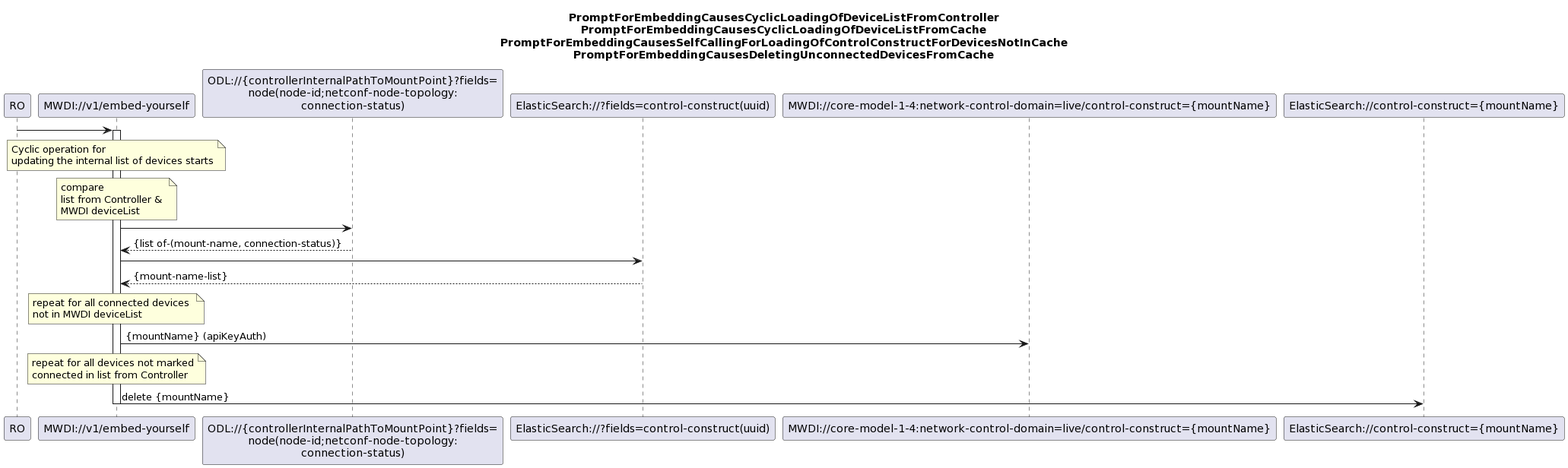
Above: spec/diagrams/00x_CyclicOperationBasedDeviceListSync.png in openBackhaul/MicroWaveDeviceInventory (PlantUML), before the change.
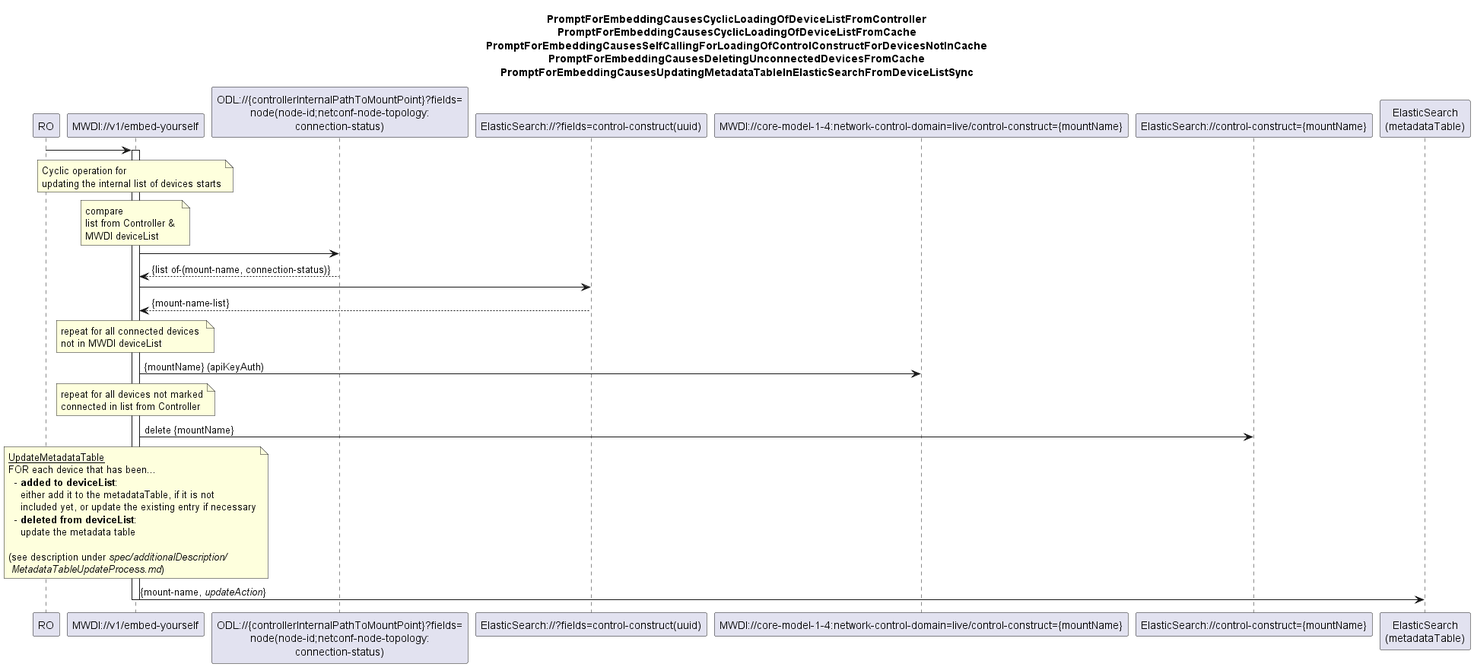
After the change.

Diff of the diagram source:
```diff
@@ -1,4 +1,4 @@
-@startuml
+@startuml 00x_CyclicOperationBasedDeviceListSync
 skinparam responseMessageBelowArrow true
 
 title
@@ -6,6 +6,7 @@
 PromptForEmbeddingCausesCyclicLoadingOfDeviceListFromCache
 PromptForEmbeddingCausesSelfCallingForLoadingOfControlConstructForDevicesNotInCache
 PromptForEmbeddingCausesDeletingUnconnectedDevicesFromCache
+PromptForEmbeddingCausesUpdatingMetadataTableInElasticSearchFromDeviceListSync
 end title
 
 participant "RO" as ro
@@ -14,6 +15,7 @@
 participant "ElasticSearch://?fields=control-construct(uuid)" as ConnectedDeviceList
 participant "MWDI://core-model-1-4:network-control-domain=live/control-construct={mountName}" as ControlConstruct
 participant "ElasticSearch://control-construct={mountName}" as es
+participant "ElasticSearch\n(metadataTable)" as mtab
 
 ro -> mwdi
 activate mwdi
@@ -48,5 +50,21 @@
 end note
 
 mwdi -> es: delete {mountName}
+
+note over mwdi
+  <u>UpdateMetadataTable</u>
+  FOR each device that has been...
+    - <b>added to deviceList</b>:
+      either add it to the metadataTable, if it is not
+      included yet, or update the existing entry if necessary
+    - <b>deleted from deviceList</b>:
+      update the metadata table
+
+  (see description under <i>spec/additionalDescription/</i>
+   <i>MetadataTableUpdateProcess.md</i>)
+end note
+mwdi -> mtab: {mount-name, <i>updateAction</i>}
+
 deactivate mwdi
+
 @enduml
```
